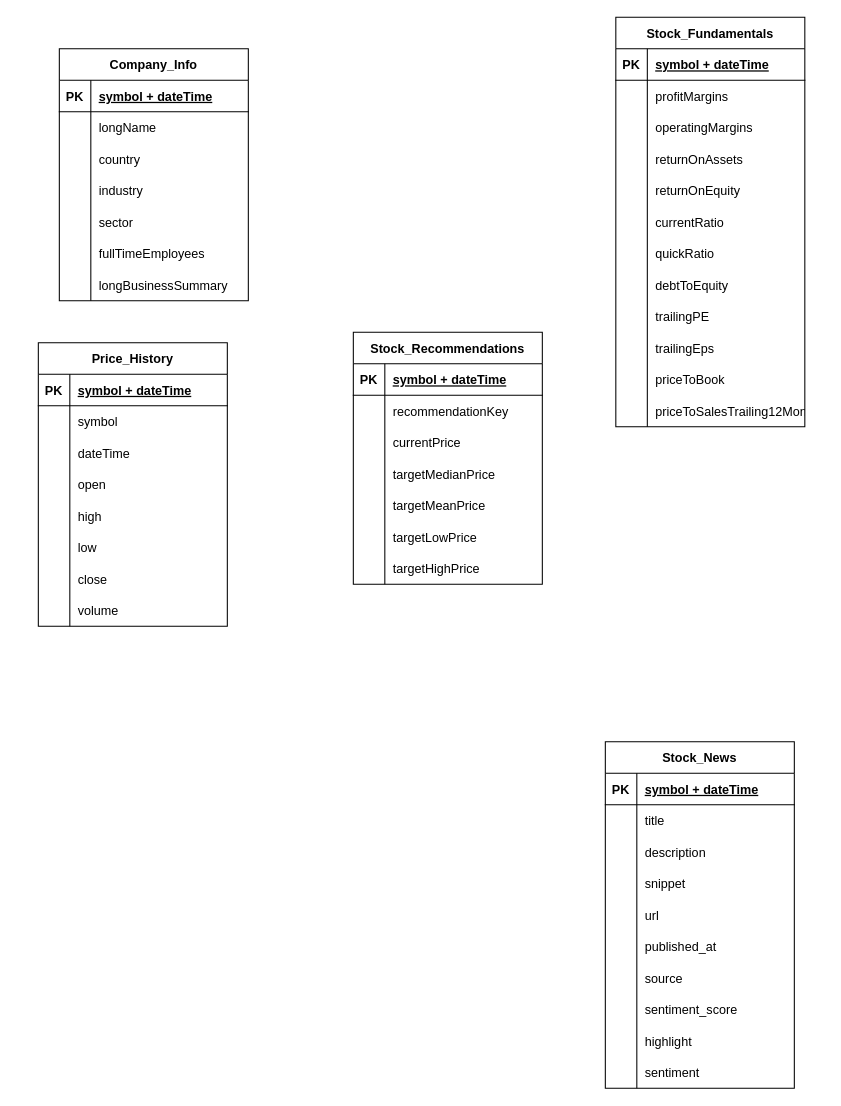
rvloenhout/StockPortfolioTracker keeps this draw.io diagram as ERD.drawio. Above is the earlier version. Source tidied: cells renumbered, new cells numbered last; positions are measured from the earlier drawing's top-left corner, leaving out a move shared by most shapes. Both pictures are drawn from the tidied source at 105%, with x=0, y=0 at pixel (38, 17).
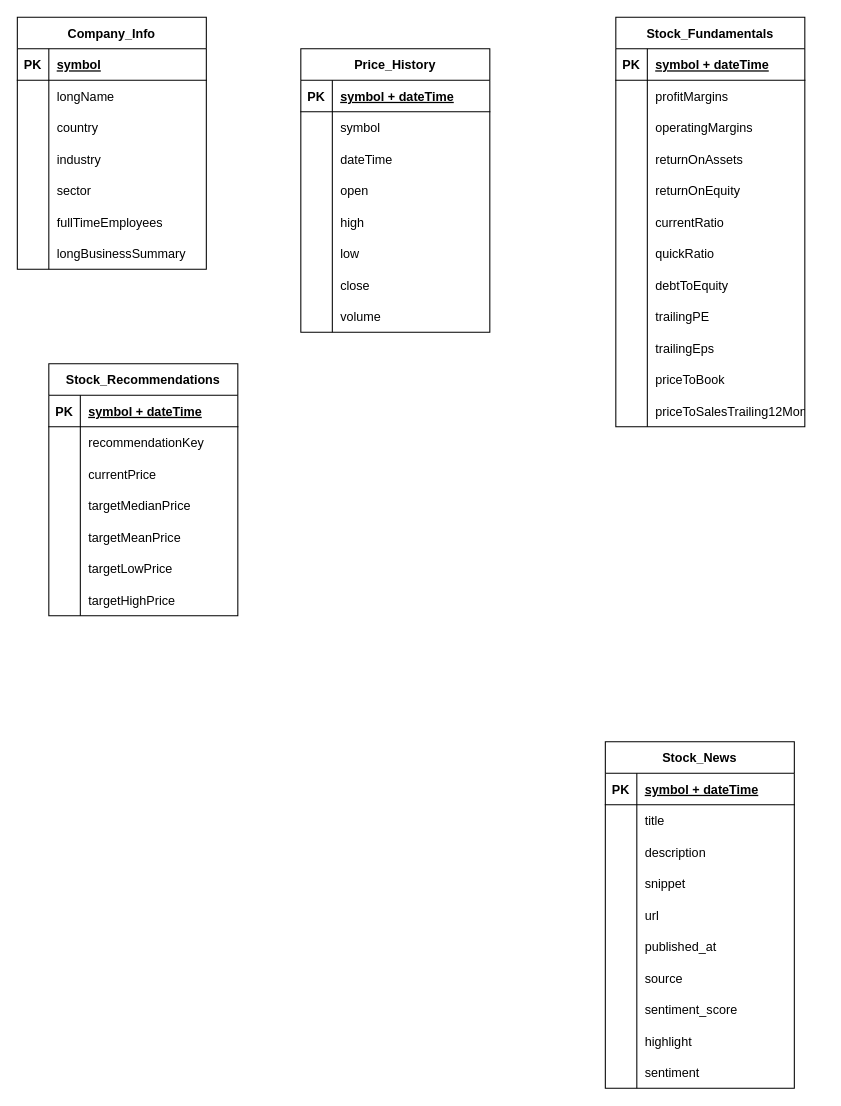
After the change.

Unchanged cells that the change refers to:
```xml
<mxCell id="3" style="shape=tableRow;horizontal=0;startSize=0;swimlaneHead=0;swimlaneBody=0;fillColor=none;top=0;left=0;right=0;bottom=1;" parent="2" vertex="1">
  <mxGeometry y="30" width="180" height="30" as="geometry" />
</mxCell>
```

What changed in the source:
```diff
@@
     <mxCell id="2" value="Company_Info" style="shape=table;startSize=30;childLayout=tableLayout;rowLines=0;fontStyle=1;align=center;" parent="1" vertex="1">
-      <mxGeometry x="20" y="30" width="180" height="240" as="geometry" />
+      <mxGeometry x="-20" width="180" height="240" as="geometry" />
     </mxCell>
@@
-    <mxCell id="5" value="symbol + dateTime" style="shape=partialRectangle;fillColor=none;top=0;left=0;bottom=0;right=0;align=left;spacingLeft=6;fontStyle=5;overflow=hidden;" parent="3" vertex="1">
+    <mxCell id="5" value="symbol" style="shape=partialRectangle;fillColor=none;top=0;left=0;bottom=0;right=0;align=left;spacingLeft=6;fontStyle=5;overflow=hidden;" parent="3" vertex="1">
       <mxGeometry x="30" width="150" height="30" as="geometry" />
     </mxCell>
@@
     <mxCell id="24" value="Stock_Recommendations" style="shape=table;startSize=30;childLayout=tableLayout;rowLines=0;fontStyle=1;align=center;" parent="1" vertex="1">
-      <mxGeometry x="300" y="300" width="180" height="240" as="geometry" />
+      <mxGeometry x="10" y="330" width="180" height="240" as="geometry" />
     </mxCell>
@@
     <mxCell id="46" value="Price_History" style="shape=table;startSize=30;childLayout=tableLayout;rowLines=0;fontStyle=1;align=center;" parent="1" vertex="1">
-      <mxGeometry y="310" width="180" height="270" as="geometry" />
+      <mxGeometry x="250" y="30" width="180" height="270" as="geometry" />
     </mxCell>
```
